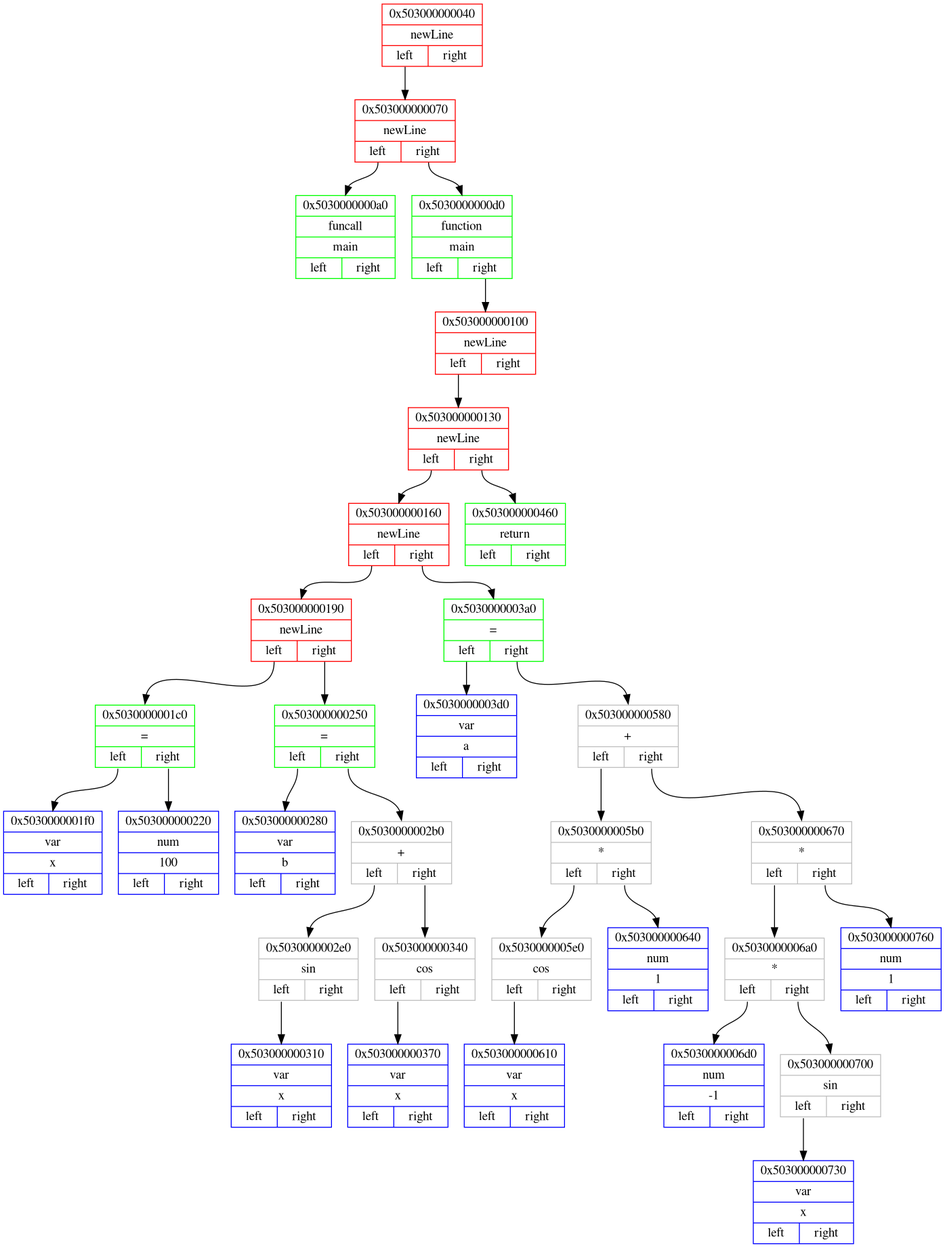
The Graphviz diagram png_files/middlendDotFile.dot.png in Matvey787/myProgLanguage, before a commit. Its source is kept beside it as dot_files/middlendDotFile.dot.
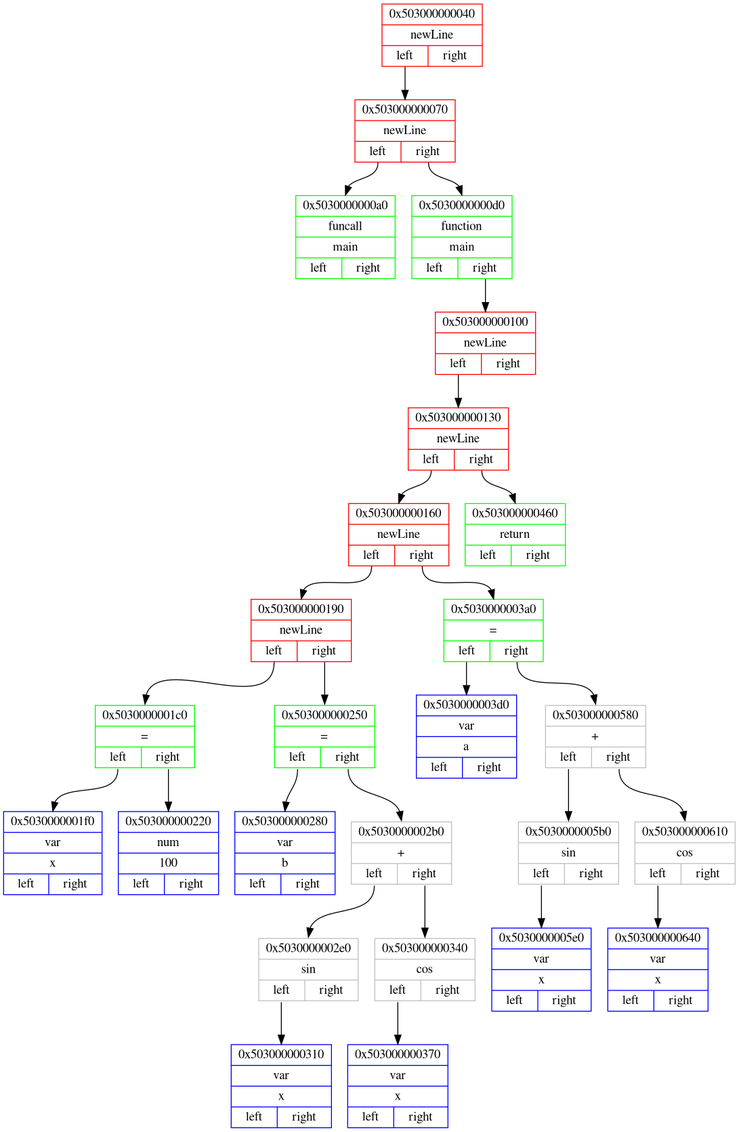
The same file after the commit.

Change to the diagram source:
```diff
@@ -36,26 +36,14 @@
 node0x5030000003d0 [ shape=record, color = blue rank = 10, label= "{ 0x5030000003d0 | var | a |         {<n0x5030000003d0_l> left | <n0x5030000003d0_r> right}} " ];
 node0x5030000003a0:<n0x5030000003a0_l>:s -> node0x5030000003d0:n [ color = black; ]
 node0x503000000580 [ shape=record, color = grey rank = 11, label= "{ 0x503000000580 | + |         {<n0x503000000580_l> left | <n0x503000000580_r> right}} " ];
-node0x5030000005b0 [ shape=record, color = grey rank = 12, label= "{ 0x5030000005b0 | * |         {<n0x5030000005b0_l> left | <n0x5030000005b0_r> right}} " ];
-node0x5030000005e0 [ shape=record, color = grey rank = 13, label= "{ 0x5030000005e0 | cos |         {<n0x5030000005e0_l> left | <n0x5030000005e0_r> right}} " ];
-node0x503000000610 [ shape=record, color = blue rank = 14, label= "{ 0x503000000610 | var | x |         {<n0x503000000610_l> left | <n0x503000000610_r> right}} " ];
-node0x5030000005e0:<n0x5030000005e0_l>:s -> node0x503000000610:n [ color = black; ]
+node0x5030000005b0 [ shape=record, color = grey rank = 12, label= "{ 0x5030000005b0 | sin |         {<n0x5030000005b0_l> left | <n0x5030000005b0_r> right}} " ];
+node0x5030000005e0 [ shape=record, color = blue rank = 13, label= "{ 0x5030000005e0 | var | x |         {<n0x5030000005e0_l> left | <n0x5030000005e0_r> right}} " ];
 node0x5030000005b0:<n0x5030000005b0_l>:s -> node0x5030000005e0:n [ color = black; ]
-node0x503000000640 [ shape=record, color = blue rank = 14, label= "{ 0x503000000640 | num | 1 |         {<n0x503000000640_l> left | <n0x503000000640_r> right}} " ];
-node0x5030000005b0:<n0x5030000005b0_r>:s -> node0x503000000640:n [ color = black; ]
 node0x503000000580:<n0x503000000580_l>:s -> node0x5030000005b0:n [ color = black; ]
-node0x503000000670 [ shape=record, color = grey rank = 13, label= "{ 0x503000000670 | * |         {<n0x503000000670_l> left | <n0x503000000670_r> right}} " ];
-node0x5030000006a0 [ shape=record, color = grey rank = 14, label= "{ 0x5030000006a0 | * |         {<n0x5030000006a0_l> left | <n0x5030000006a0_r> right}} " ];
-node0x5030000006d0 [ shape=record, color = blue rank = 15, label= "{ 0x5030000006d0 | num | -1 |         {<n0x5030000006d0_l> left | <n0x5030000006d0_r> right}} " ];
-node0x5030000006a0:<n0x5030000006a0_l>:s -> node0x5030000006d0:n [ color = black; ]
-node0x503000000700 [ shape=record, color = grey rank = 16, label= "{ 0x503000000700 | sin |         {<n0x503000000700_l> left | <n0x503000000700_r> right}} " ];
-node0x503000000730 [ shape=record, color = blue rank = 17, label= "{ 0x503000000730 | var | x |         {<n0x503000000730_l> left | <n0x503000000730_r> right}} " ];
-node0x503000000700:<n0x503000000700_l>:s -> node0x503000000730:n [ color = black; ]
-node0x5030000006a0:<n0x5030000006a0_r>:s -> node0x503000000700:n [ color = black; ]
-node0x503000000670:<n0x503000000670_l>:s -> node0x5030000006a0:n [ color = black; ]
-node0x503000000760 [ shape=record, color = blue rank = 15, label= "{ 0x503000000760 | num | 1 |         {<n0x503000000760_l> left | <n0x503000000760_r> right}} " ];
-node0x503000000670:<n0x503000000670_r>:s -> node0x503000000760:n [ color = black; ]
-node0x503000000580:<n0x503000000580_r>:s -> node0x503000000670:n [ color = black; ]
+node0x503000000610 [ shape=record, color = grey rank = 13, label= "{ 0x503000000610 | cos |         {<n0x503000000610_l> left | <n0x503000000610_r> right}} " ];
+node0x503000000640 [ shape=record, color = blue rank = 14, label= "{ 0x503000000640 | var | x |         {<n0x503000000640_l> left | <n0x503000000640_r> right}} " ];
+node0x503000000610:<n0x503000000610_l>:s -> node0x503000000640:n [ color = black; ]
+node0x503000000580:<n0x503000000580_r>:s -> node0x503000000610:n [ color = black; ]
 node0x5030000003a0:<n0x5030000003a0_r>:s -> node0x503000000580:n [ color = black; ]
 node0x503000000160:<n0x503000000160_r>:s -> node0x5030000003a0:n [ color = black; ]
 node0x503000000130:<n0x503000000130_l>:s -> node0x503000000160:n [ color = black; ]
```
